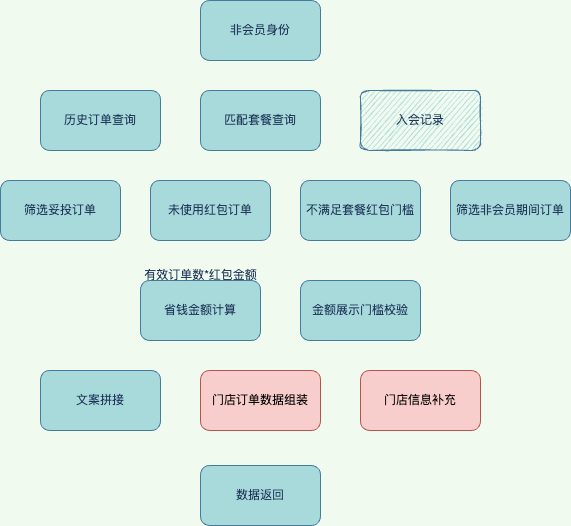
Before: 订单会员引导.png, a diagram exported from draw.io (845642761/diagram). Source tidied: cells renumbered, new cells last; positions are measured from the earlier drawing's top-left corner, leaving out a move shared by most shapes.
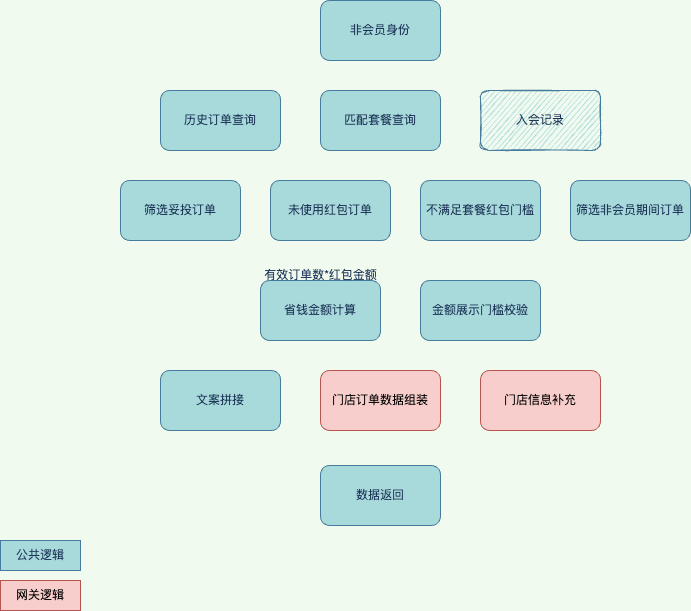
The same diagram one commit later.

Commit message:
更新订单会员引导.png

Change to the diagram source:
```diff
@@ -47,5 +47,11 @@
     <mxCell id="16" value="门店订单数据组装" style="whiteSpace=wrap;html=1;fillColor=#f8cecc;strokeColor=#b85450;rounded=1;" parent="1" vertex="1">
       <mxGeometry x="200" y="370" width="120" height="60" as="geometry" />
     </mxCell>
+    <mxCell id="17" value="公共逻辑" style="rounded=0;whiteSpace=wrap;html=1;shadow=0;glass=0;sketch=0;strokeColor=#457B9D;fontColor=#1D3557;fillColor=#A8DADC;" parent="1" vertex="1">
+      <mxGeometry x="-120" y="540" width="80" height="30" as="geometry" />
+    </mxCell>
+    <mxCell id="18" value="网关逻辑" style="rounded=0;whiteSpace=wrap;html=1;shadow=0;glass=0;sketch=0;strokeColor=#b85450;fillColor=#f8cecc;" parent="1" vertex="1">
+      <mxGeometry x="-120" y="580" width="80" height="30" as="geometry" />
+    </mxCell>
   </root>
 </mxGraphModel>
```
